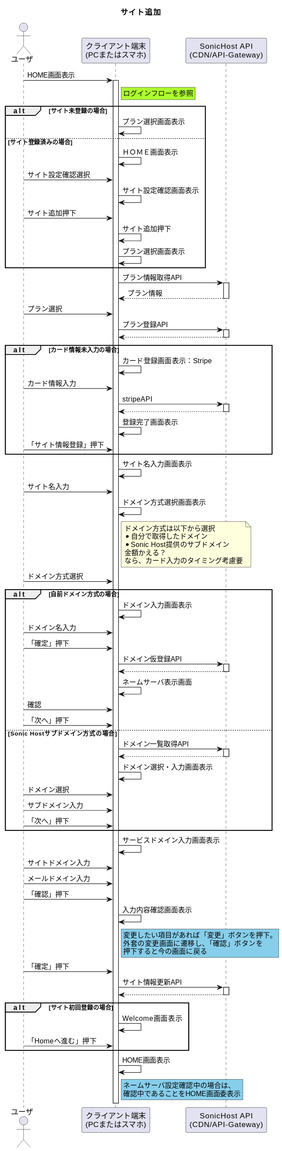
This is 01_Sequences/03_SiteRegistration/01_AddSite/addSiteFlow.svg from Sonic-Host/documents, a PlantUML export, as it was before one commit.
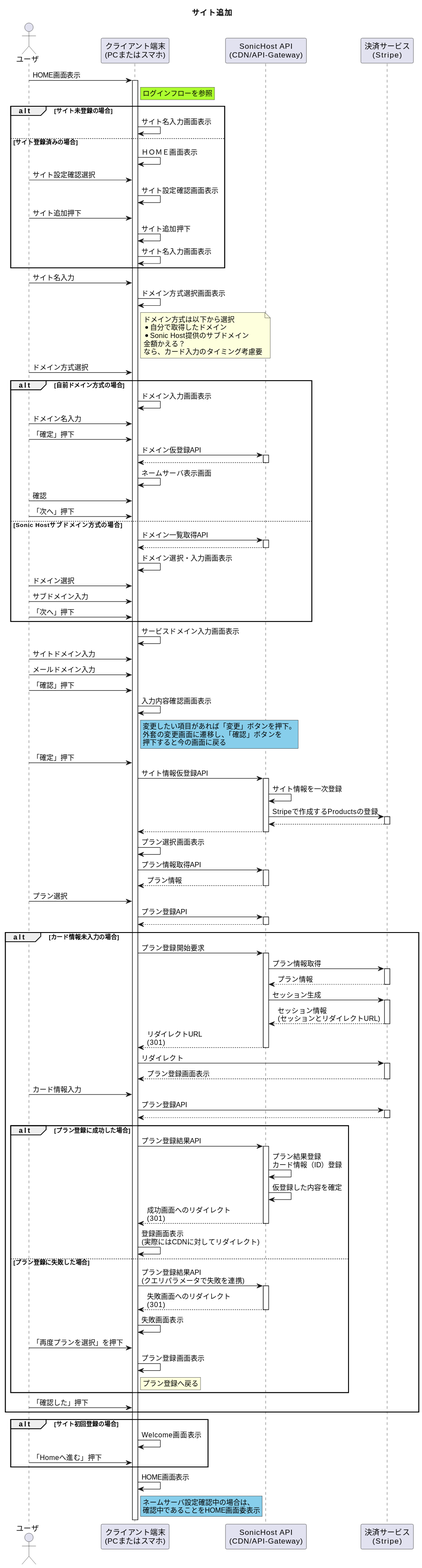
The same diagram one commit later.

Change to the diagram source:
```diff
@@ -4,6 +4,7 @@
 actor "ユーザ" as user
 participant "クライアント端末\n(PCまたはスマホ)" as device
 participant "SonicHost API\n(CDN/API-Gateway)" as api
+participant "決済サービス\n(Stripe)" as stripe
 
 
 user -> device ++: HOME画面表示
@@ -11,29 +12,15 @@
     ログインフローを参照
 end note
 alt サイト未登録の場合
-    device -> device : プラン選択画面表示
+    device -> device : サイト名入力画面表示
 else サイト登録済みの場合
     device -> device : ＨＯＭＥ画面表示
     user -> device : サイト設定確認選択
     device -> device : サイト設定確認画面表示
     user -> device : サイト追加押下
     device -> device : サイト追加押下
-    device -> device : プラン選択画面表示
+    device -> device : サイト名入力画面表示
 end
-device -> api ++ : プラン情報取得API
-device <-- api -- : プラン情報
-user -> device : プラン選択
-device -> api ++ : プラン登録API
-device <-- api --
-alt カード情報未入力の場合
-    device -> device : カード登録画面表示：Stripe
-    user -> device : カード情報入力
-    device -> api ++ : stripeAPI
-    device <-- api --
-    device -> device : 登録完了画面表示
-    user -> device : 「サイト情報登録」押下
-end
-device -> device : サイト名入力画面表示
 user -> device : サイト名入力
 device -> device : ドメイン方式選択画面表示
 note right of device
@@ -72,8 +59,47 @@
     押下すると今の画面に戻る
 end note
 user -> device : 「確定」押下
-device -> api ++ : サイト情報更新API
+device -> api ++ : サイト情報仮登録API
+api -> api  : サイト情報を一次登録
+api -> stripe ++ : Stripeで作成するProductsの登録
+api <-- stripe --
 device <-- api --
+device -> device : プラン選択画面表示
+device -> api ++ : プラン情報取得API
+device <-- api -- : プラン情報
+user -> device : プラン選択
+device -> api ++ : プラン登録API
+device <-- api --
+alt カード情報未入力の場合
+    device -> api ++ : プラン登録開始要求
+    api -> stripe ++ : プラン情報取得
+    api <-- stripe -- : プラン情報
+    api -> stripe ++ : セッション生成
+    api <-- stripe -- : セッション情報\n(セッションとリダイレクトURL)
+    device <-- api -- : リダイレクトURL\n(301)
+    device -> stripe ++ : リダイレクト
+    device <-- stripe -- : プラン登録画面表示
+    user -> device : カード情報入力
+    device -> stripe ++ : プラン登録API
+    device <-- stripe --
+    alt プラン登録に成功した場合
+        device -> api ++ : プラン登録結果API
+        api -> api : プラン結果登録\nカード情報（ID）登録
+        api -> api : 仮登録した内容を確定
+        device <-- api -- : 成功画面へのリダイレクト\n(301)
+        device -> device : 登録画面表示\n(実際にはCDNに対してリダイレクト)
+    else プラン登録に失敗した場合
+        device -> api ++ : プラン登録結果API\n(クエリパラメータで失敗を連携)
+        device <-- api -- : 失敗画面へのリダイレクト\n(301)
+        device -> device : 失敗画面表示
+        user -> device : 「再度プランを選択」を押下
+        device -> device : プラン登録画面表示
+        rnote right of device
+            プラン登録へ戻る
+        end note
+    end
+    user -> device : 「確認した」押下
+end
 alt サイト初回登録の場合
     device -> device : Welcome画面表示
     user -> device : 「Homeへ進む」押下
```
